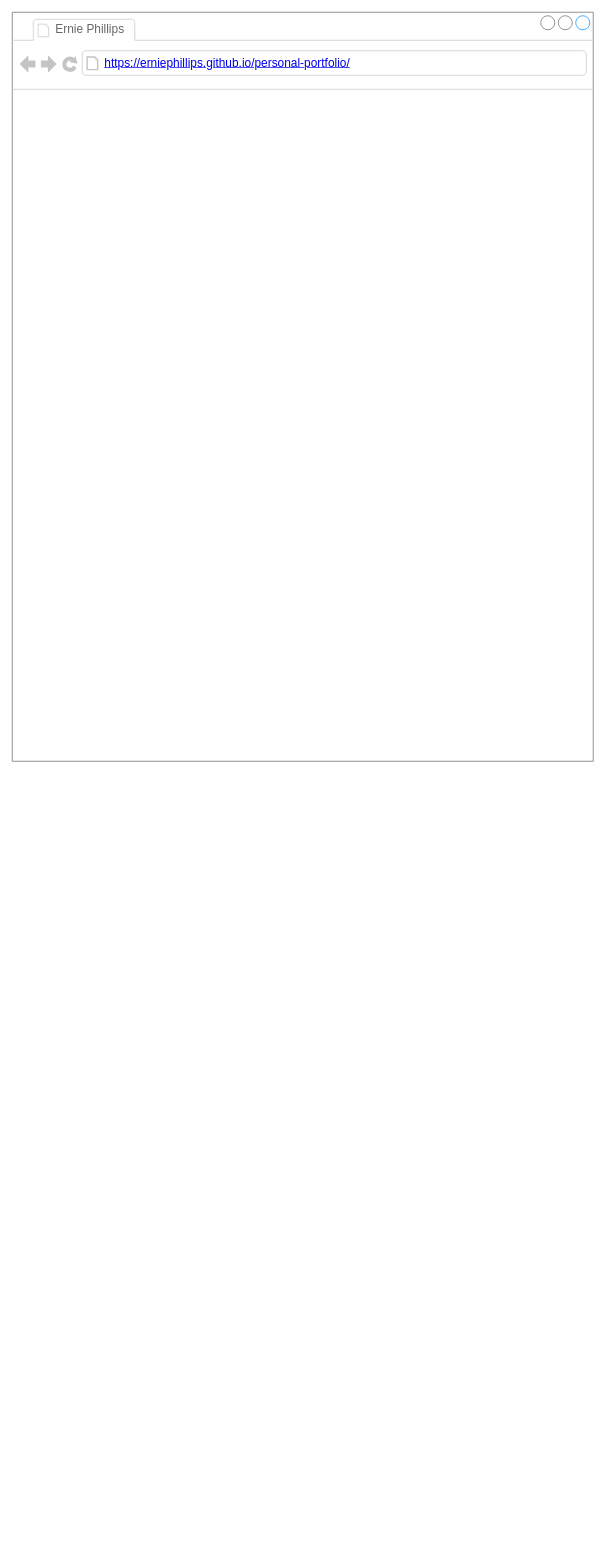
This is Portfolio-Project.drawio from erniephillips/erniephillips.github.io, a draw.io file, before an edit. Source tidied: cells renumbered, new cells numbered last; positions are measured from the earlier drawing's top-left corner, leaving out a move shared by most shapes. Both pictures are drawn from the tidied source at 70%, with x=0, y=0 at pixel (12, 12).
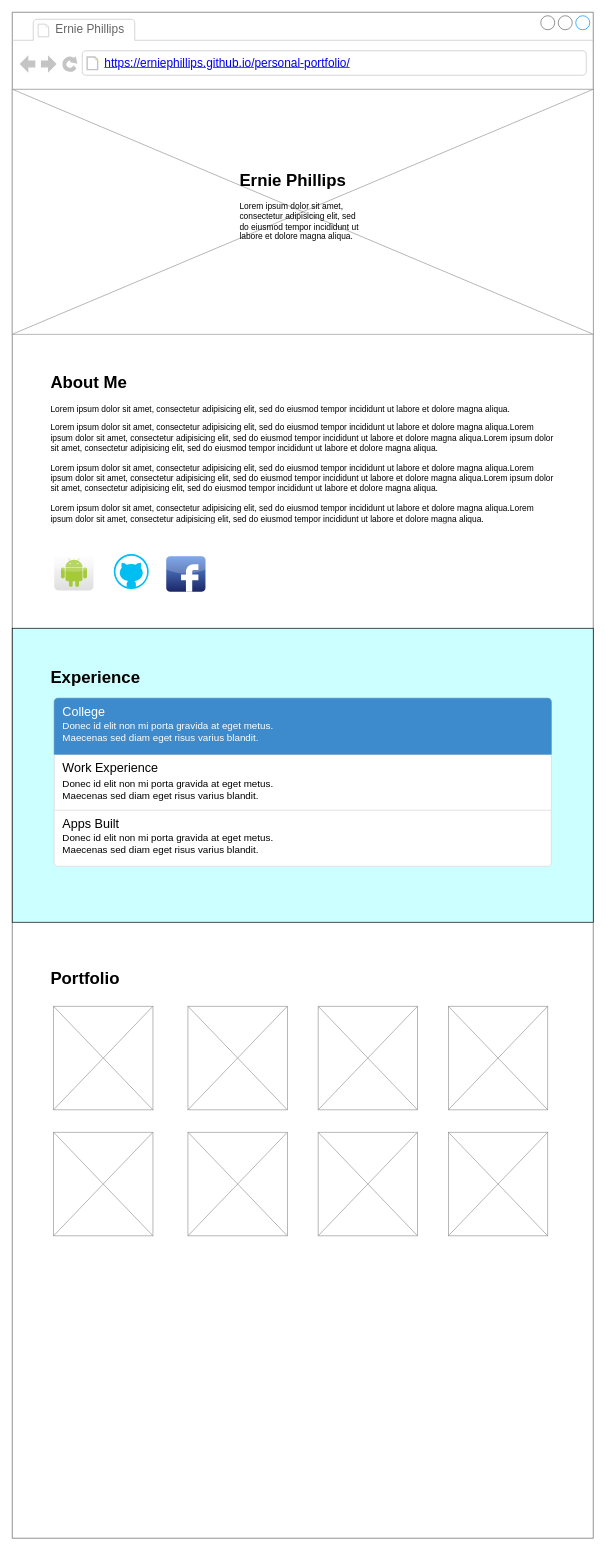
After the change.

What changed in the source:
```diff
@@
     <mxCell id="2" style="strokeWidth=1;shadow=0;dashed=0;align=center;html=1;shape=mxgraph.mockup.containers.browserWindow;rSize=0;fillColor=#ffffff;strokeColor=#666666;strokeColor2=#008cff;strokeColor3=#c4c4c4;mainText=,;" parent="1" vertex="1">
-      <mxGeometry width="830" height="1070" as="geometry" />
+      <mxGeometry width="830" height="2180" as="geometry" />
     </mxCell>
@@
+    <mxCell id="5" value="&lt;h1&gt;About Me&lt;/h1&gt;&lt;p&gt;Lorem ipsum dolor sit amet, consectetur adipisicing elit, sed do eiusmod tempor incididunt ut labore et dolore magna aliqua.&amp;nbsp;&lt;/p&gt;Lorem ipsum dolor sit amet, consectetur adipisicing elit, sed do eiusmod tempor incididunt ut labore et dolore magna aliqua.Lorem ipsum dolor sit amet, consectetur adipisicing elit, sed do eiusmod tempor incididunt ut labore et dolore magna aliqua.Lorem ipsum dolor sit amet, consectetur adipisicing elit, sed do eiusmod tempor incididunt ut labore et dolore magna aliqua.&lt;br&gt;&lt;br&gt;Lorem ipsum dolor sit amet, consectetur adipisicing elit, sed do eiusmod tempor incididunt ut labore et dolore magna aliqua.Lorem ipsum dolor sit amet, consectetur adipisicing elit, sed do eiusmod tempor incididunt ut labore et dolore magna aliqua.Lorem ipsum dolor sit amet, consectetur adipisicing elit, sed do eiusmod tempor incididunt ut labore et dolore magna aliqua.&lt;br&gt;&lt;br&gt;Lorem ipsum dolor sit amet, consectetur adipisicing elit, sed do eiusmod tempor incididunt ut labore et dolore magna aliqua.Lorem ipsum dolor sit amet, consectetur adipisicing elit, sed do eiusmod tempor incididunt ut labore et dolore magna aliqua." style="text;html=1;strokeColor=none;fillColor=none;spacing=5;spacingTop=-20;whiteSpace=wrap;overflow=hidden;rounded=0;" parent="2" vertex="1">
+      <mxGeometry x="50" y="510" width="730" height="320" as="geometry" />
+    </mxCell>
+    <mxCell id="6" style="dashed=0;html=1;align=center;labelPosition=center;verticalLabelPosition=bottom;verticalAlign=top;shape=mxgraph.webicons.android;fillColor=#FFFFFF;gradientColor=#DFDEDE;" parent="2" vertex="1">
+      <mxGeometry x="60" y="774" width="56" height="52" as="geometry" />
+    </mxCell>
+    <mxCell id="7" style="verticalLabelPosition=bottom;html=1;verticalAlign=top;align=center;strokeColor=none;fillColor=#00BEF2;shape=mxgraph.azure.github_code;" parent="2" vertex="1">
+      <mxGeometry x="145" y="774" width="50" height="50" as="geometry" />
+    </mxCell>
+    <mxCell id="8" style="dashed=0;html=1;align=center;labelPosition=center;verticalLabelPosition=bottom;verticalAlign=top;shape=mxgraph.webicons.facebook;fillColor=#6294E4;gradientColor=#1A2665;" parent="2" vertex="1">
+      <mxGeometry x="220" y="777" width="56" height="51" as="geometry" />
+    </mxCell>
+    <mxCell id="9" style="whiteSpace=wrap;html=1;fillColor=#CCFFFF;" parent="2" vertex="1">
+      <mxGeometry y="880" width="830" height="420" as="geometry" />
+    </mxCell>
+    <mxCell id="10" value="&lt;h1&gt;Experience&lt;/h1&gt;&lt;div&gt;&lt;br&gt;&lt;/div&gt;&lt;p&gt;&lt;/p&gt;" style="text;html=1;strokeColor=none;fillColor=none;spacing=5;spacingTop=-20;whiteSpace=wrap;overflow=hidden;rounded=0;" parent="2" vertex="1">
+      <mxGeometry x="50" y="930" width="730" height="320" as="geometry" />
+    </mxCell>
+    <mxCell id="11" style="html=1;shadow=0;dashed=0;shape=mxgraph.bootstrap.rrect;rSize=5;fillColor=#ffffff;strokeColor=#dddddd;whiteSpace=wrap;" parent="2" vertex="1">
+      <mxGeometry x="60" y="980" width="710" height="240" as="geometry" />
+    </mxCell>
+    <mxCell id="12" value="Donec id elit non mi porta gravida at eget metus.&#10;Maecenas sed diam eget risus varius blandit." style="strokeColor=inherit;fillColor=inherit;gradientColor=inherit;html=1;shadow=0;dashed=0;shape=mxgraph.bootstrap.rect;perimeter=none;spacingLeft=10;align=left;fontSize=14;whiteSpace=wrap;verticalAlign=bottom;spacingBottom=10;" parent="11" vertex="1">
+      <mxGeometry width="710" height="80" relative="1" as="geometry">
+        <mxPoint y="80" as="offset" />
+      </mxGeometry>
+    </mxCell>
+    <mxCell id="13" value="Work Experience" style="html=1;shadow=0;dashed=0;shape=mxgraph.bootstrap.anchor;spacingLeft=10;align=left;fontSize=18;whiteSpace=wrap;" parent="12" vertex="1">
+      <mxGeometry width="710" height="40" relative="1" as="geometry" />
+    </mxCell>
+    <mxCell id="14" value="Donec id elit non mi porta gravida at eget metus.&#10;Maecenas sed diam eget risus varius blandit." style="strokeColor=inherit;fillColor=inherit;gradientColor=inherit;html=1;shadow=0;dashed=0;shape=mxgraph.bootstrap.bottomButton;rSize=5;spacingLeft=10;align=left;fontSize=14;perimeter=none;whiteSpace=wrap;verticalAlign=bottom;spacingBottom=13;" parent="11" vertex="1">
+      <mxGeometry y="1" width="710" height="80" relative="1" as="geometry">
+        <mxPoint y="-80" as="offset" />
+      </mxGeometry>
+    </mxCell>
+    <mxCell id="15" value="Apps Built" style="html=1;shadow=0;dashed=0;shape=mxgraph.bootstrap.anchor;spacingLeft=10;align=left;fontSize=18;whiteSpace=wrap;" parent="14" vertex="1">
+      <mxGeometry width="710" height="40" relative="1" as="geometry" />
+    </mxCell>
+    <mxCell id="16" value="Donec id elit non mi porta gravida at eget metus.&#10;Maecenas sed diam eget risus varius blandit." style="html=1;shadow=0;dashed=0;shape=mxgraph.bootstrap.topButton;rSize=5;fillColor=#3D8BCD;strokeColor=#3D8BCD;fontColor=#ffffff;spacingLeft=10;align=left;fontSize=14;perimeter=none;whiteSpace=wrap;verticalAlign=bottom;spacingBottom=13;" parent="11" vertex="1">
+      <mxGeometry width="710" height="80" relative="1" as="geometry" />
+    </mxCell>
+    <mxCell id="17" value="College" style="html=1;shadow=0;dashed=0;shape=mxgraph.bootstrap.anchor;fontColor=#ffffff;spacingLeft=10;align=left;fontSize=18;whiteSpace=wrap;" parent="16" vertex="1">
+      <mxGeometry width="710" height="40" relative="1" as="geometry" />
+    </mxCell>
+    <mxCell id="18" value="&lt;h1&gt;Portfolio&lt;/h1&gt;&lt;p&gt;&lt;/p&gt;" style="text;html=1;strokeColor=none;fillColor=none;spacing=5;spacingTop=-20;whiteSpace=wrap;overflow=hidden;rounded=0;" parent="2" vertex="1">
+      <mxGeometry x="50" y="1361" width="730" height="320" as="geometry" />
+    </mxCell>
+    <mxCell id="19" style="verticalLabelPosition=bottom;shadow=0;dashed=0;align=center;html=1;verticalAlign=top;strokeWidth=1;shape=mxgraph.mockup.graphics.simpleIcon;strokeColor=#999999;fillColor=#ffffff;" parent="2" vertex="1">
+      <mxGeometry x="251" y="1420" width="142" height="148" as="geometry" />
+    </mxCell>
+    <mxCell id="20" style="verticalLabelPosition=bottom;shadow=0;dashed=0;align=center;html=1;verticalAlign=top;strokeWidth=1;shape=mxgraph.mockup.graphics.simpleIcon;strokeColor=#999999;fillColor=#ffffff;" parent="2" vertex="1">
+      <mxGeometry x="59" y="1420" width="142" height="148" as="geometry" />
+    </mxCell>
+    <mxCell id="21" style="verticalLabelPosition=bottom;shadow=0;dashed=0;align=center;html=1;verticalAlign=top;strokeWidth=1;shape=mxgraph.mockup.graphics.simpleIcon;strokeColor=#999999;fillColor=#ffffff;" parent="2" vertex="1">
+      <mxGeometry x="437" y="1420" width="142" height="148" as="geometry" />
+    </mxCell>
+    <mxCell id="22" style="verticalLabelPosition=bottom;shadow=0;dashed=0;align=center;html=1;verticalAlign=top;strokeWidth=1;shape=mxgraph.mockup.graphics.simpleIcon;strokeColor=#999999;fillColor=#ffffff;" parent="2" vertex="1">
+      <mxGeometry x="623" y="1420" width="142" height="148" as="geometry" />
+    </mxCell>
+    <mxCell id="23" style="verticalLabelPosition=bottom;shadow=0;dashed=0;align=center;html=1;verticalAlign=top;strokeWidth=1;shape=mxgraph.mockup.graphics.simpleIcon;strokeColor=#999999;fillColor=#ffffff;" parent="2" vertex="1">
+      <mxGeometry x="251" y="1600" width="142" height="148" as="geometry" />
+    </mxCell>
+    <mxCell id="24" style="verticalLabelPosition=bottom;shadow=0;dashed=0;align=center;html=1;verticalAlign=top;strokeWidth=1;shape=mxgraph.mockup.graphics.simpleIcon;strokeColor=#999999;fillColor=#ffffff;" parent="2" vertex="1">
+      <mxGeometry x="59" y="1600" width="142" height="148" as="geometry" />
+    </mxCell>
+    <mxCell id="25" style="verticalLabelPosition=bottom;shadow=0;dashed=0;align=center;html=1;verticalAlign=top;strokeWidth=1;shape=mxgraph.mockup.graphics.simpleIcon;strokeColor=#999999;fillColor=#ffffff;" parent="2" vertex="1">
+      <mxGeometry x="437" y="1600" width="142" height="148" as="geometry" />
+    </mxCell>
+    <mxCell id="26" style="verticalLabelPosition=bottom;shadow=0;dashed=0;align=center;html=1;verticalAlign=top;strokeWidth=1;shape=mxgraph.mockup.graphics.simpleIcon;strokeColor=#999999;fillColor=#ffffff;" parent="2" vertex="1">
+      <mxGeometry x="623" y="1600" width="142" height="148" as="geometry" />
+    </mxCell>
+    <mxCell id="27" style="verticalLabelPosition=bottom;shadow=0;dashed=0;align=center;html=1;verticalAlign=top;strokeWidth=1;shape=mxgraph.mockup.graphics.simpleIcon;strokeColor=#999999;fillColor=#ffffff;" parent="1" vertex="1">
+      <mxGeometry y="110" width="830" height="350" as="geometry" />
+    </mxCell>
+    <mxCell id="28" value="&lt;h1&gt;Ernie Phillips&lt;/h1&gt;&lt;p&gt;Lorem ipsum dolor sit amet, consectetur adipisicing elit, sed do eiusmod tempor incididunt ut labore et dolore magna aliqua.&lt;/p&gt;" style="text;html=1;strokeColor=none;fillColor=none;spacing=5;spacingTop=-20;whiteSpace=wrap;overflow=hidden;rounded=0;" parent="1" vertex="1">
+      <mxGeometry x="320" y="220" width="190" height="120" as="geometry" />
+    </mxCell>
```
